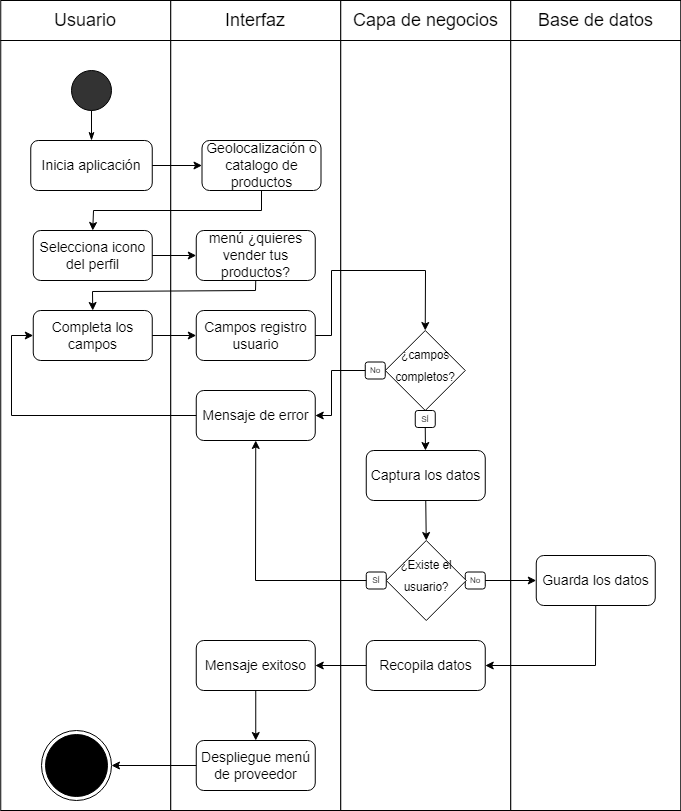
Earlier version of the draw.io export Fase 1/Evidencias Grupales/Diagramas/3) Diagrama de Actividad/10)Act_Registro_Usuario.drawio.png (SoyElMato1/Grupo4-GreenMarket). Source tidied: cells renumbered, new cells last; positions are measured from the earlier drawing's top-left corner, leaving out a move shared by most shapes.
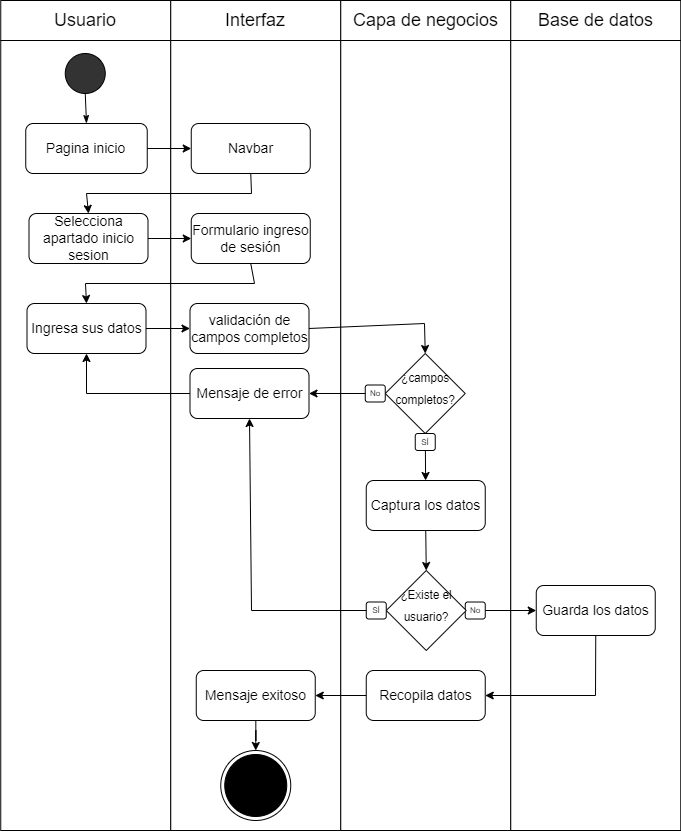
Later version of the same file.

What changed in the source:
```diff
@@ -42,126 +42,39 @@
       <mxGeometry x="7.5" y="5" width="155" height="30" as="geometry" />
     </mxCell>
     <mxCell id="15" style="rounded=0;whiteSpace=wrap;html=1;" parent="1" vertex="1">
-      <mxGeometry x="0.2" y="40" width="170" height="770" as="geometry" />
+      <mxGeometry x="0.2" y="40" width="170" height="790" as="geometry" />
     </mxCell>
     <mxCell id="16" style="rounded=0;whiteSpace=wrap;html=1;" parent="1" vertex="1">
-      <mxGeometry x="170.2" y="40" width="170" height="770" as="geometry" />
+      <mxGeometry x="170.2" y="40" width="170" height="790" as="geometry" />
     </mxCell>
     <mxCell id="17" style="rounded=0;whiteSpace=wrap;html=1;" parent="1" vertex="1">
-      <mxGeometry x="340.2" y="40" width="170" height="770" as="geometry" />
+      <mxGeometry x="340.2" y="40" width="170" height="790" as="geometry" />
     </mxCell>
     <mxCell id="18" style="rounded=0;whiteSpace=wrap;html=1;" parent="1" vertex="1">
-      <mxGeometry x="510.2" y="40" width="170" height="770" as="geometry" />
+      <mxGeometry x="510.2" y="40" width="170" height="790" as="geometry" />
     </mxCell>
-    <mxCell id="19" style="ellipse;whiteSpace=wrap;html=1;fontSize=18;fillColor=#333333;" parent="1" vertex="1">
-      <mxGeometry x="71" y="70" width="40" height="40" as="geometry" />
-    </mxCell>
-    <mxCell id="20" value="Inicia aplicación" style="rounded=1;whiteSpace=wrap;html=1;fontSize=14;" parent="1" vertex="1">
-      <mxGeometry x="30.2" y="140" width="121.5" height="50" as="geometry" />
-    </mxCell>
-    <mxCell id="21" style="endArrow=none;html=1;rounded=0;fontSize=18;entryX=0.5;entryY=1;entryDx=0;entryDy=0;exitX=0.5;exitY=0;exitDx=0;exitDy=0;startArrow=classicThin;startFill=1;" parent="1" edge="1" source="20" target="19">
-      <mxGeometry relative="1" as="geometry" />
-    </mxCell>
-    <mxCell id="22" value="Geolocalización o catalogo de productos" style="rounded=1;whiteSpace=wrap;html=1;fontSize=14;" parent="1" vertex="1">
-      <mxGeometry x="201.5" y="140" width="119" height="50" as="geometry" />
-    </mxCell>
-    <mxCell id="23" style="endArrow=classic;html=1;rounded=0;exitX=1;exitY=0.5;exitDx=0;exitDy=0;entryX=0;entryY=0.5;entryDx=0;entryDy=0;" parent="1" edge="1" source="20" target="22">
-      <mxGeometry relative="1" as="geometry" />
-    </mxCell>
-    <mxCell id="24" value="Selecciona icono del perfil" style="rounded=1;whiteSpace=wrap;html=1;fontSize=14;" parent="1" vertex="1">
-      <mxGeometry x="32.8" y="230" width="119" height="50" as="geometry" />
-    </mxCell>
-    <mxCell id="25" style="endArrow=classic;html=1;rounded=0;entryX=0.5;entryY=0;entryDx=0;entryDy=0;exitX=0.5;exitY=1;exitDx=0;exitDy=0;" parent="1" edge="1" source="22" target="24">
-      <mxGeometry relative="1" as="geometry">
-        <Array as="points">
-          <mxPoint x="261" y="210" />
-          <mxPoint x="93" y="210" />
-        </Array>
-      </mxGeometry>
-    </mxCell>
-    <mxCell id="26" value="menú ¿quieres vender tus productos?" style="rounded=1;whiteSpace=wrap;html=1;fontSize=14;" parent="1" vertex="1">
-      <mxGeometry x="195.8" y="230" width="119" height="50" as="geometry" />
-    </mxCell>
-    <mxCell id="27" style="endArrow=classic;html=1;rounded=0;exitX=1;exitY=0.5;exitDx=0;exitDy=0;entryX=0;entryY=0.5;entryDx=0;entryDy=0;" parent="1" edge="1" source="24" target="26">
-      <mxGeometry relative="1" as="geometry" />
-    </mxCell>
-    <mxCell id="28" value="Completa los campos" style="rounded=1;whiteSpace=wrap;html=1;fontSize=14;" parent="1" vertex="1">
-      <mxGeometry x="32.8" y="310" width="119" height="50" as="geometry" />
-    </mxCell>
-    <mxCell id="29" style="endArrow=classic;html=1;rounded=0;entryX=0.5;entryY=0;entryDx=0;entryDy=0;exitX=0.5;exitY=1;exitDx=0;exitDy=0;" parent="1" edge="1" source="26" target="28">
-      <mxGeometry relative="1" as="geometry">
-        <Array as="points">
-          <mxPoint x="255" y="290" />
-          <mxPoint x="92" y="291" />
-        </Array>
-      </mxGeometry>
-    </mxCell>
-    <mxCell id="30" value="Campos registro usuario" style="rounded=1;whiteSpace=wrap;html=1;fontSize=14;" parent="1" vertex="1">
-      <mxGeometry x="195.8" y="310" width="119" height="50" as="geometry" />
-    </mxCell>
-    <mxCell id="31" style="endArrow=classic;html=1;rounded=0;exitX=1;exitY=0.5;exitDx=0;exitDy=0;entryX=0;entryY=0.5;entryDx=0;entryDy=0;" parent="1" edge="1" source="28" target="30">
-      <mxGeometry relative="1" as="geometry" />
-    </mxCell>
-    <mxCell id="32" style="endArrow=classic;html=1;rounded=0;exitX=1;exitY=0.5;exitDx=0;exitDy=0;entryX=0.5;entryY=0;entryDx=0;entryDy=0;" parent="1" edge="1" source="30" target="34">
-      <mxGeometry relative="1" as="geometry">
-        <Array as="points">
-          <mxPoint x="331" y="335" />
-          <mxPoint x="331" y="270" />
-          <mxPoint x="425" y="270" />
-        </Array>
-      </mxGeometry>
-    </mxCell>
-    <mxCell id="33" style="group;" parent="1" vertex="1">
-      <mxGeometry x="364.8" y="330" width="100" height="97" as="geometry" />
-    </mxCell>
-    <mxCell id="34" value="&lt;font style=&quot;line-height: 0; font-size: 14px;&quot;&gt;&lt;sup style=&quot;&quot;&gt;¿campos completos?&lt;/sup&gt;&lt;/font&gt;" style="rhombus;whiteSpace=wrap;html=1;fontSize=18;fillColor=#FFFFFF;align=center;" parent="33" vertex="1">
-      <mxGeometry x="20" width="80" height="80" as="geometry" />
-    </mxCell>
-    <mxCell id="35" value="No" style="rounded=1;whiteSpace=wrap;html=1;fontSize=8;fillColor=#FFFFFF;" parent="33" vertex="1">
-      <mxGeometry y="31.5" width="20" height="17" as="geometry" />
-    </mxCell>
-    <mxCell id="36" value="SÍ" style="rounded=1;whiteSpace=wrap;html=1;fontSize=8;fillColor=#FFFFFF;" parent="33" vertex="1">
-      <mxGeometry x="50" y="80" width="20" height="17" as="geometry" />
-    </mxCell>
     <mxCell id="37" value="Captura los datos" style="rounded=1;whiteSpace=wrap;html=1;fontSize=14;" parent="1" vertex="1">
-      <mxGeometry x="365.8" y="450" width="119" height="50" as="geometry" />
+      <mxGeometry x="365.8" y="480" width="119" height="50" as="geometry" />
     </mxCell>
-    <mxCell id="38" style="endArrow=classic;html=1;rounded=0;exitX=0.5;exitY=1;exitDx=0;exitDy=0;" parent="1" edge="1" source="36" target="37">
-      <mxGeometry relative="1" as="geometry" />
+    <mxCell id="38" style="endArrow=classic;html=1;rounded=0;exitX=0.5;exitY=1;exitDx=0;exitDy=0;" parent="1" edge="1" target="37">
+      <mxGeometry relative="1" as="geometry">
+        <mxPoint x="424.8" y="427" as="sourcePoint" />
+      </mxGeometry>
     </mxCell>
-    <mxCell id="39" value="Mensaje de error" style="rounded=1;whiteSpace=wrap;html=1;fontSize=14;" parent="1" vertex="1">
-      <mxGeometry x="195.8" y="390" width="119" height="50" as="geometry" />
-    </mxCell>
-    <mxCell id="40" style="endArrow=classic;html=1;rounded=0;entryX=1;entryY=0.5;entryDx=0;entryDy=0;exitX=0;exitY=0.5;exitDx=0;exitDy=0;" parent="1" edge="1" source="35" target="39">
-      <mxGeometry relative="1" as="geometry">
-        <Array as="points">
-          <mxPoint x="331" y="370" />
-          <mxPoint x="331" y="415" />
-        </Array>
-      </mxGeometry>
-    </mxCell>
-    <mxCell id="41" style="endArrow=classic;html=1;rounded=0;entryX=0;entryY=0.5;entryDx=0;entryDy=0;exitX=0;exitY=0.5;exitDx=0;exitDy=0;" parent="1" edge="1" source="39" target="28">
-      <mxGeometry relative="1" as="geometry">
-        <Array as="points">
-          <mxPoint x="11" y="415" />
-          <mxPoint x="11" y="335" />
-        </Array>
-      </mxGeometry>
-    </mxCell>
     <mxCell id="42" value="No" style="rounded=1;whiteSpace=wrap;html=1;fontSize=8;fillColor=#FFFFFF;" parent="1" vertex="1">
-      <mxGeometry x="464.8" y="571.5" width="20" height="17" as="geometry" />
+      <mxGeometry x="464.8" y="601.5" width="20" height="17" as="geometry" />
     </mxCell>
     <mxCell id="43" style="endArrow=classic;html=1;rounded=0;exitX=0.5;exitY=1;exitDx=0;exitDy=0;entryX=0.5;entryY=0;entryDx=0;entryDy=0;" parent="1" edge="1" source="37" target="47">
       <mxGeometry relative="1" as="geometry" />
     </mxCell>
     <mxCell id="44" value="Guarda los datos" style="rounded=1;whiteSpace=wrap;html=1;fontSize=14;" parent="1" vertex="1">
-      <mxGeometry x="535.8" y="555" width="119" height="50" as="geometry" />
+      <mxGeometry x="535.8" y="585" width="119" height="50" as="geometry" />
     </mxCell>
     <mxCell id="45" value="Recopila datos" style="rounded=1;whiteSpace=wrap;html=1;fontSize=14;" parent="1" vertex="1">
-      <mxGeometry x="365.8" y="640" width="119" height="50" as="geometry" />
+      <mxGeometry x="365.8" y="670" width="119" height="50" as="geometry" />
     </mxCell>
     <mxCell id="46" style="group;" parent="1" vertex="1">
-      <mxGeometry x="365.8" y="540" width="100" height="97" as="geometry" />
+      <mxGeometry x="365.8" y="570" width="100" height="97" as="geometry" />
     </mxCell>
     <mxCell id="47" value="&lt;font style=&quot;line-height: 0; font-size: 14px;&quot;&gt;&lt;sup style=&quot;&quot;&gt;¿Existe el usuario?&lt;/sup&gt;&lt;/font&gt;" style="rhombus;whiteSpace=wrap;html=1;fontSize=18;fillColor=#FFFFFF;align=center;" parent="46" vertex="1">
       <mxGeometry x="20" width="80" height="80" as="geometry" />
@@ -172,37 +85,112 @@
     <mxCell id="49" style="endArrow=classic;html=1;rounded=0;entryX=1;entryY=0.5;entryDx=0;entryDy=0;exitX=0.5;exitY=1;exitDx=0;exitDy=0;" parent="1" edge="1" source="44" target="45">
       <mxGeometry relative="1" as="geometry">
         <Array as="points">
-          <mxPoint x="595" y="665" />
+          <mxPoint x="595" y="695" />
         </Array>
       </mxGeometry>
     </mxCell>
+    <mxCell id="58" style="edgeStyle=orthogonalEdgeStyle;rounded=0;jettySize=auto;html=1;" parent="1" edge="1" source="50" target="52">
+      <mxGeometry relative="1" as="geometry" />
+    </mxCell>
     <mxCell id="50" value="Mensaje exitoso" style="rounded=1;whiteSpace=wrap;html=1;fontSize=14;" parent="1" vertex="1">
-      <mxGeometry x="195.8" y="640" width="119" height="50" as="geometry" />
+      <mxGeometry x="195.8" y="670" width="119" height="50" as="geometry" />
     </mxCell>
     <mxCell id="51" style="endArrow=classic;html=1;rounded=0;entryX=1;entryY=0.5;entryDx=0;entryDy=0;exitX=0;exitY=0.5;exitDx=0;exitDy=0;" parent="1" edge="1" source="45" target="50">
       <mxGeometry relative="1" as="geometry" />
     </mxCell>
     <mxCell id="52" style="ellipse;html=1;shape=endState;fillColor=#000000;strokeColor=#000000;" parent="1" vertex="1">
-      <mxGeometry x="41" y="730" width="70" height="70" as="geometry" />
+      <mxGeometry x="220.2" y="750" width="70" height="70" as="geometry" />
     </mxCell>
-    <mxCell id="53" style="endArrow=classic;html=1;rounded=0;exitX=0.5;exitY=1;exitDx=0;exitDy=0;entryX=0.5;entryY=0;entryDx=0;entryDy=0;" parent="1" edge="1" source="50" target="56">
-      <mxGeometry relative="1" as="geometry" />
-    </mxCell>
+    <mxCell id="55" style="endArrow=classic;html=1;rounded=0;entryX=0;entryY=0.5;entryDx=0;entryDy=0;exitX=1;exitY=0.5;exitDx=0;exitDy=0;" parent="1" edge="1" source="42" target="44">
+      <mxGeometry relative="1" as="geometry" />
+    </mxCell>
+    <mxCell id="59" style="ellipse;whiteSpace=wrap;html=1;fontSize=18;fillColor=#333333;" parent="1" vertex="1">
+      <mxGeometry x="64.8" y="53" width="40" height="40" as="geometry" />
+    </mxCell>
+    <mxCell id="60" style="endArrow=none;html=1;rounded=0;fontSize=18;entryX=0.5;entryY=1;entryDx=0;entryDy=0;exitX=0.5;exitY=0;exitDx=0;exitDy=0;startArrow=classicThin;startFill=1;" parent="1" edge="1" source="69" target="59">
+      <mxGeometry relative="1" as="geometry" />
+    </mxCell>
+    <mxCell id="61" value="Formulario ingreso de sesión" style="rounded=1;whiteSpace=wrap;html=1;fontSize=14;" parent="1" vertex="1">
+      <mxGeometry x="190.8" y="213" width="119" height="50" as="geometry" />
+    </mxCell>
+    <mxCell id="62" style="group;" parent="1" vertex="1">
+      <mxGeometry x="364.8" y="353" width="100" height="97" as="geometry" />
+    </mxCell>
+    <mxCell id="34" value="&lt;font style=&quot;line-height: 0; font-size: 14px;&quot;&gt;&lt;sup style=&quot;&quot;&gt;¿campos completos?&lt;/sup&gt;&lt;/font&gt;" style="rhombus;whiteSpace=wrap;html=1;fontSize=18;fillColor=#FFFFFF;align=center;" parent="62" vertex="1">
+      <mxGeometry x="20" width="80" height="80" as="geometry" />
+    </mxCell>
+    <mxCell id="35" value="No" style="rounded=1;whiteSpace=wrap;html=1;fontSize=8;fillColor=#FFFFFF;" parent="62" vertex="1">
+      <mxGeometry y="31.5" width="20" height="17" as="geometry" />
+    </mxCell>
+    <mxCell id="36" value="SÍ" style="rounded=1;whiteSpace=wrap;html=1;fontSize=8;fillColor=#FFFFFF;" parent="62" vertex="1">
+      <mxGeometry x="50" y="80" width="20" height="17" as="geometry" />
+    </mxCell>
+    <mxCell id="39" value="Mensaje de error" style="rounded=1;whiteSpace=wrap;html=1;fontSize=14;" parent="1" vertex="1">
+      <mxGeometry x="189.5" y="368" width="119" height="50" as="geometry" />
+    </mxCell>
+    <mxCell id="40" style="endArrow=classic;html=1;rounded=0;entryX=1;entryY=0.5;entryDx=0;entryDy=0;exitX=0;exitY=0.5;exitDx=0;exitDy=0;" parent="1" edge="1" source="35" target="39">
+      <mxGeometry relative="1" as="geometry" />
+    </mxCell>
+    <mxCell id="63" value="Ingresa sus datos" style="rounded=1;whiteSpace=wrap;html=1;fontSize=14;" parent="1" vertex="1">
+      <mxGeometry x="26.5" y="303" width="119" height="50" as="geometry" />
+    </mxCell>
+    <mxCell id="64" style="endArrow=classic;html=1;rounded=0;exitX=0.5;exitY=1;exitDx=0;exitDy=0;entryX=0.5;entryY=0;entryDx=0;entryDy=0;" parent="1" edge="1" source="61" target="63">
+      <mxGeometry relative="1" as="geometry">
+        <Array as="points">
+          <mxPoint x="254" y="283" />
+          <mxPoint x="85" y="283" />
+        </Array>
+      </mxGeometry>
+    </mxCell>
+    <mxCell id="65" value="validación de campos completos" style="rounded=1;whiteSpace=wrap;html=1;fontSize=14;" parent="1" vertex="1">
+      <mxGeometry x="189.5" y="303" width="119" height="50" as="geometry" />
+    </mxCell>
+    <mxCell id="66" style="endArrow=classic;html=1;rounded=0;exitX=1;exitY=0.5;exitDx=0;exitDy=0;entryX=0;entryY=0.5;entryDx=0;entryDy=0;" parent="1" edge="1" source="63" target="65">
+      <mxGeometry relative="1" as="geometry" />
+    </mxCell>
+    <mxCell id="67" style="endArrow=classic;html=1;rounded=0;exitX=1;exitY=0.5;exitDx=0;exitDy=0;entryX=0.5;entryY=0;entryDx=0;entryDy=0;" parent="1" edge="1" source="65" target="34">
+      <mxGeometry relative="1" as="geometry">
+        <Array as="points">
+          <mxPoint x="424" y="323" />
+        </Array>
+      </mxGeometry>
+    </mxCell>
+    <mxCell id="68" style="endArrow=classic;html=1;rounded=0;exitX=0;exitY=0.5;exitDx=0;exitDy=0;entryX=0.5;entryY=1;entryDx=0;entryDy=0;" parent="1" edge="1" source="39" target="63">
+      <mxGeometry relative="1" as="geometry">
+        <Array as="points">
+          <mxPoint x="86" y="393" />
+        </Array>
+      </mxGeometry>
+    </mxCell>
+    <mxCell id="69" value="Pagina inicio" style="rounded=1;whiteSpace=wrap;html=1;fontSize=14;" parent="1" vertex="1">
+      <mxGeometry x="25.2" y="123" width="121.5" height="50" as="geometry" />
+    </mxCell>
+    <mxCell id="70" value="Selecciona apartado inicio sesion" style="rounded=1;whiteSpace=wrap;html=1;fontSize=14;" parent="1" vertex="1">
+      <mxGeometry x="28.5" y="213" width="119" height="50" as="geometry" />
+    </mxCell>
+    <mxCell id="71" value="Navbar" style="rounded=1;whiteSpace=wrap;html=1;fontSize=14;" parent="1" vertex="1">
+      <mxGeometry x="190.8" y="123" width="119" height="50" as="geometry" />
+    </mxCell>
+    <mxCell id="72" style="endArrow=classic;html=1;rounded=0;exitX=0.5;exitY=1;exitDx=0;exitDy=0;entryX=0.5;entryY=0;entryDx=0;entryDy=0;" parent="1" edge="1" source="71" target="70">
+      <mxGeometry relative="1" as="geometry">
+        <Array as="points">
+          <mxPoint x="251" y="193" />
+          <mxPoint x="86" y="193" />
+        </Array>
+      </mxGeometry>
+    </mxCell>
+    <mxCell id="73" style="endArrow=classic;html=1;rounded=0;exitX=1;exitY=0.5;exitDx=0;exitDy=0;entryX=0;entryY=0.5;entryDx=0;entryDy=0;" parent="1" edge="1" source="70" target="61">
+      <mxGeometry relative="1" as="geometry" />
+    </mxCell>
+    <mxCell id="74" style="endArrow=classic;html=1;rounded=0;exitX=1;exitY=0.5;exitDx=0;exitDy=0;entryX=0;entryY=0.5;entryDx=0;entryDy=0;" parent="1" edge="1" source="69" target="71">
+      <mxGeometry relative="1" as="geometry" />
+    </mxCell>
-    <mxCell id="54" style="endArrow=classic;html=1;rounded=0;entryX=0.5;entryY=1;entryDx=0;entryDy=0;exitX=0;exitY=0.5;exitDx=0;exitDy=0;" parent="1" edge="1" source="48" target="39">
+    <mxCell id="54" style="endArrow=classic;html=1;rounded=0;exitX=0;exitY=0.5;exitDx=0;exitDy=0;entryX=0.5;entryY=1;entryDx=0;entryDy=0;" parent="1" edge="1" source="48" target="39">
       <mxGeometry relative="1" as="geometry">
         <Array as="points">
-          <mxPoint x="255" y="580" />
+          <mxPoint x="251" y="610" />
         </Array>
       </mxGeometry>
     </mxCell>
-    <mxCell id="55" style="endArrow=classic;html=1;rounded=0;entryX=0;entryY=0.5;entryDx=0;entryDy=0;exitX=1;exitY=0.5;exitDx=0;exitDy=0;" parent="1" edge="1" source="42" target="44">
-      <mxGeometry relative="1" as="geometry" />
-    </mxCell>
-    <mxCell id="56" value="Despliegue menú de proveedor" style="rounded=1;whiteSpace=wrap;html=1;fontSize=14;" parent="1" vertex="1">
-      <mxGeometry x="195.8" y="740" width="119" height="50" as="geometry" />
-    </mxCell>
-    <mxCell id="57" style="endArrow=classic;html=1;rounded=0;exitX=0;exitY=0.5;exitDx=0;exitDy=0;entryX=1;entryY=0.5;entryDx=0;entryDy=0;" parent="1" edge="1" source="56" target="52">
-      <mxGeometry relative="1" as="geometry" />
-    </mxCell>
   </root>
 </mxGraphModel>
```
